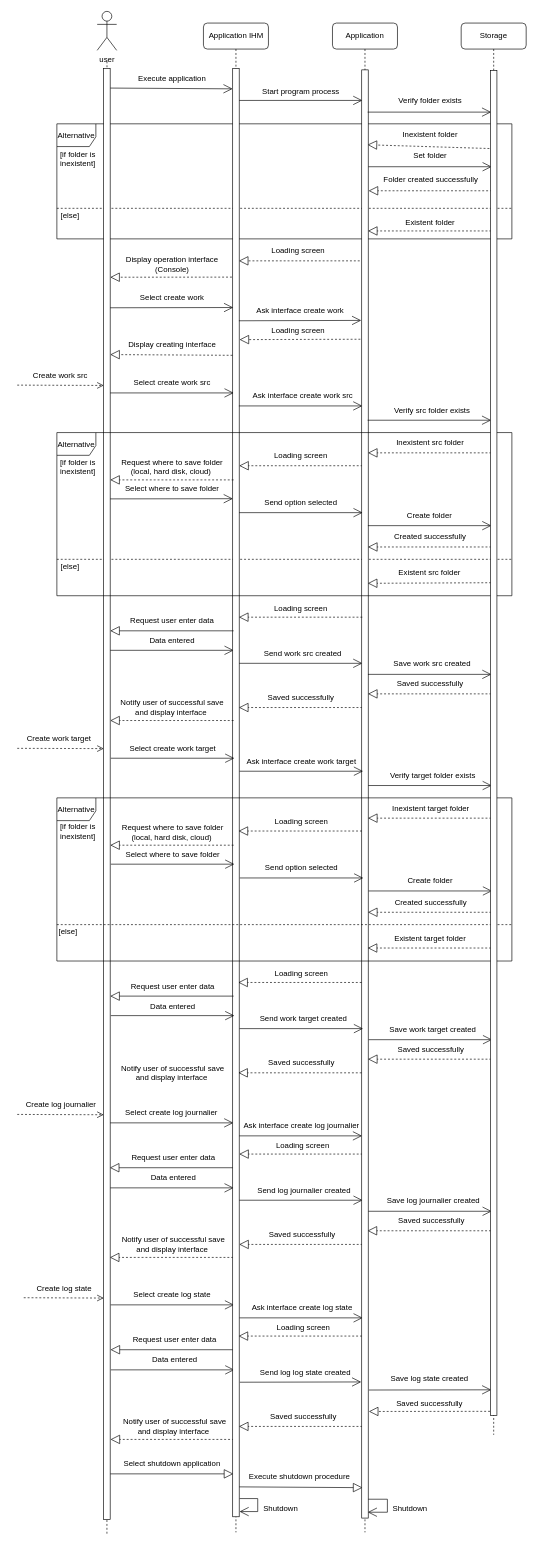
Earlier version of the draw.io diagram page "Page-1" (1 of 2) of create diagram.drawio (Weicheng178/UML). Source tidied: cells renumbered, new cells numbered last; positions are measured from the earlier drawing's top-left corner, leaving out a move shared by most shapes. Both pictures are drawn from the tidied source at 65%, with x=0, y=0 at pixel (17, 11).
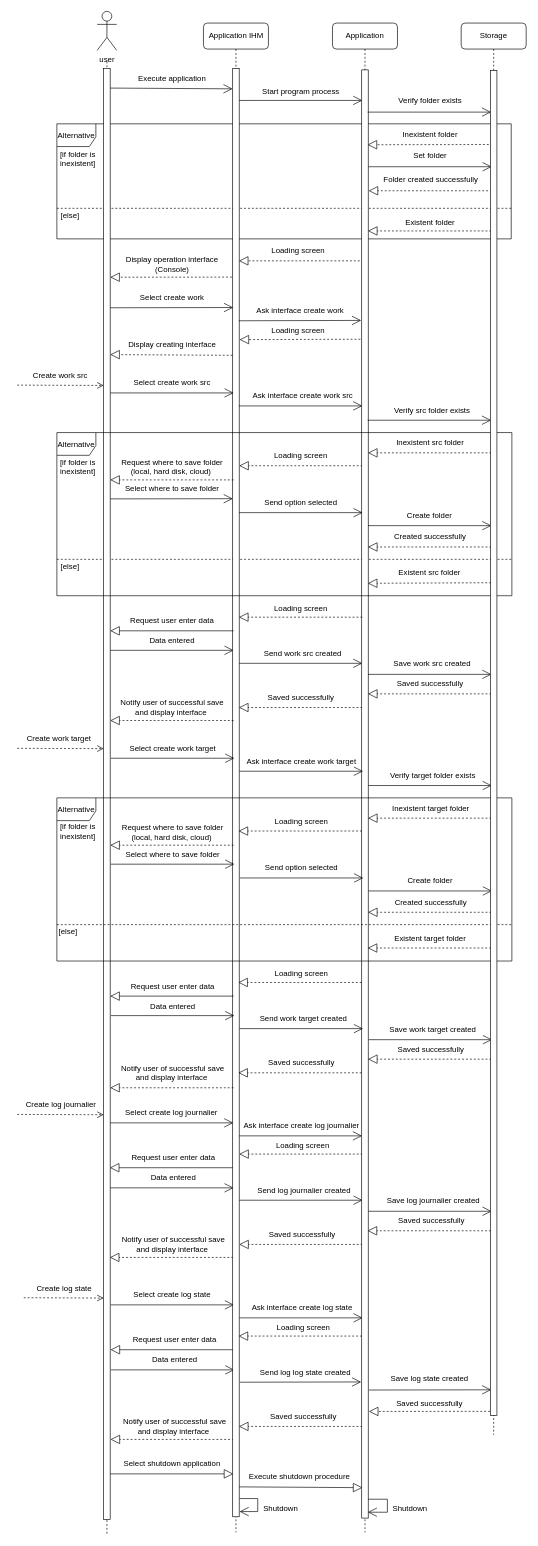
The same page after the edit.

The change refers to these unchanged cells:
```xml
<mxCell id="171" style="html=1;points=[];perimeter=orthogonalPerimeter;rounded=0;glass=0;labelBackgroundColor=none;fillStyle=auto;" parent="1" vertex="1">
  <mxGeometry x="728" y="91" width="10" height="2069" as="geometry" />
</mxCell>
```

The edit, as a diff of the source:
```diff
@@
-    <mxCell id="2" style="endArrow=block;dashed=1;endFill=0;endSize=12;html=1;rounded=1;exitX=-0.161;exitY=0.058;exitDx=0;exitDy=0;exitPerimeter=0;" parent="1" edge="1" source="171">
+    <mxCell id="2" style="endArrow=block;dashed=1;endFill=0;endSize=12;html=1;rounded=1;exitX=-0.26;exitY=0.055;exitDx=0;exitDy=0;exitPerimeter=0;" parent="1" edge="1" source="171">
       <mxGeometry relative="1" as="geometry">
         <mxPoint x="539" y="205.2" as="targetPoint" />
       </mxGeometry>
     </mxCell>
@@
     <mxCell id="41" value="Alternative" style="shape=umlFrame;whiteSpace=wrap;html=1;width=60;height=35;" parent="1" vertex="1">
-      <mxGeometry x="61" y="173" width="700" height="177" as="geometry" />
+      <mxGeometry x="61" y="173" width="699" height="177" as="geometry" />
     </mxCell>
@@
+    <mxCell id="180" style="endArrow=block;dashed=1;endFill=0;endSize=12;html=1;rounded=1;" parent="1" edge="1">
+      <mxGeometry relative="1" as="geometry">
+        <mxPoint x="332.8" y="1656" as="sourcePoint" />
+        <mxPoint x="143" y="1656" as="targetPoint" />
+      </mxGeometry>
+    </mxCell>
```
